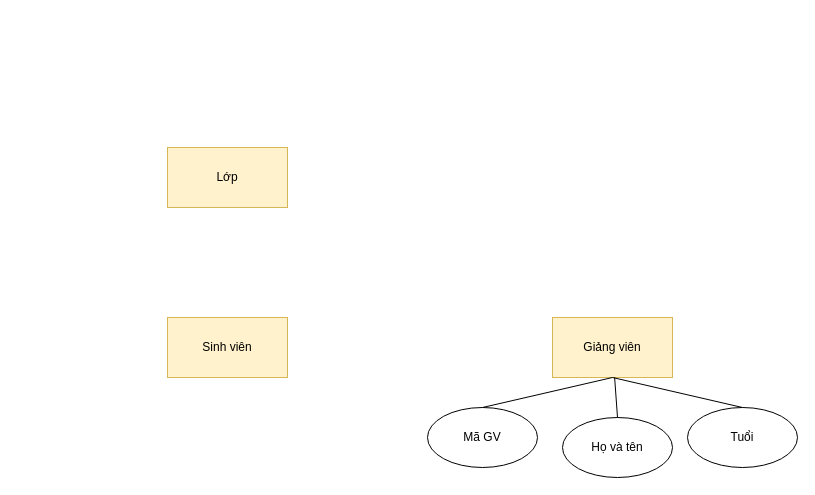
Before: Bài tập 1.drawio in haohuynh1101-hub/appShopping, a draw.io diagram. Source tidied: cells renumbered, new cells numbered last; positions are measured from the earlier drawing's top-left corner, leaving out a move shared by most shapes. Both pictures are drawn from the tidied source at 100%, with x=0, y=0 at pixel (167, 147).
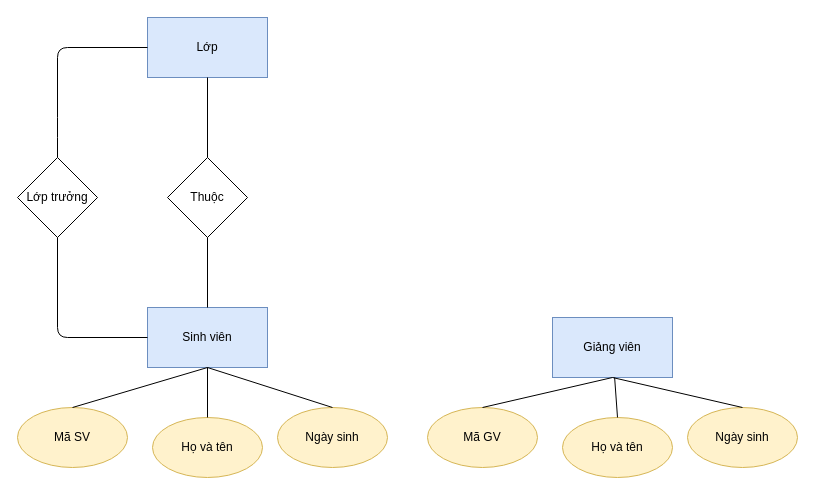
The same diagram, later.

What changed in the source:
```diff
@@
-    <mxCell id="2" value="Sinh viên" style="rounded=0;whiteSpace=wrap;html=1;fillColor=#fff2cc;strokeColor=#d6b656;" parent="1" vertex="1">
-      <mxGeometry y="170" width="120" height="60" as="geometry" />
+    <mxCell id="2" value="Sinh viên" style="rounded=0;whiteSpace=wrap;html=1;fillColor=#dae8fc;strokeColor=#6c8ebf;" parent="1" vertex="1">
+      <mxGeometry x="-20" y="160" width="120" height="60" as="geometry" />
     </mxCell>
-    <mxCell id="3" value="Giảng viên" style="rounded=0;whiteSpace=wrap;html=1;fillColor=#fff2cc;strokeColor=#d6b656;" parent="1" vertex="1">
+    <mxCell id="3" value="Giảng viên" style="rounded=0;whiteSpace=wrap;html=1;fillColor=#dae8fc;strokeColor=#6c8ebf;" parent="1" vertex="1">
       <mxGeometry x="385" y="170" width="120" height="60" as="geometry" />
     </mxCell>
-    <mxCell id="4" value="Mã GV" style="ellipse;whiteSpace=wrap;html=1;" parent="1" vertex="1">
+    <mxCell id="4" value="Mã GV" style="ellipse;whiteSpace=wrap;html=1;fillColor=#fff2cc;strokeColor=#d6b656;" parent="1" vertex="1">
       <mxGeometry x="260" y="260" width="110" height="60" as="geometry" />
     </mxCell>
-    <mxCell id="5" value="Họ và tên" style="ellipse;whiteSpace=wrap;html=1;" parent="1" vertex="1">
+    <mxCell id="5" value="Họ và tên" style="ellipse;whiteSpace=wrap;html=1;fillColor=#fff2cc;strokeColor=#d6b656;" parent="1" vertex="1">
       <mxGeometry x="395" y="270" width="110" height="60" as="geometry" />
     </mxCell>
-    <mxCell id="6" value="Tuổi" style="ellipse;whiteSpace=wrap;html=1;" parent="1" vertex="1">
+    <mxCell id="6" value="Ngày sinh" style="ellipse;whiteSpace=wrap;html=1;fillColor=#fff2cc;strokeColor=#d6b656;" parent="1" vertex="1">
       <mxGeometry x="520" y="260" width="110" height="60" as="geometry" />
     </mxCell>
@@
-    <mxCell id="10" value="Lớp" style="rounded=0;whiteSpace=wrap;html=1;fillColor=#fff2cc;strokeColor=#d6b656;" parent="1" vertex="1">
-      <mxGeometry width="120" height="60" as="geometry" />
+    <mxCell id="10" value="Lớp" style="rounded=0;whiteSpace=wrap;html=1;fillColor=#dae8fc;strokeColor=#6c8ebf;" parent="1" vertex="1">
+      <mxGeometry x="-20" y="-130" width="120" height="60" as="geometry" />
     </mxCell>
+    <mxCell id="11" style="edgeStyle=orthogonalEdgeStyle;rounded=0;jettySize=auto;html=1;entryX=0.5;entryY=1;entryDx=0;entryDy=0;strokeColor=none;" parent="1" edge="1" source="12" target="10">
+      <mxGeometry relative="1" as="geometry" />
+    </mxCell>
+    <mxCell id="12" value="Thuộc" style="rhombus;whiteSpace=wrap;html=1;" parent="1" vertex="1">
+      <mxGeometry y="10" width="80" height="80" as="geometry" />
+    </mxCell>
+    <mxCell id="13" style="endArrow=none;html=1;exitX=0.5;exitY=0;exitDx=0;exitDy=0;entryX=0.5;entryY=1;entryDx=0;entryDy=0;" parent="1" edge="1" source="2" target="12">
+      <mxGeometry relative="1" as="geometry" />
+    </mxCell>
+    <mxCell id="14" style="endArrow=none;html=1;exitX=0.5;exitY=0;exitDx=0;exitDy=0;" parent="1" edge="1" source="12" target="10">
+      <mxGeometry relative="1" as="geometry" />
+    </mxCell>
+    <mxCell id="15" value="Lớp trưởng" style="rhombus;whiteSpace=wrap;html=1;" parent="1" vertex="1">
+      <mxGeometry x="-150" y="10" width="80" height="80" as="geometry" />
+    </mxCell>
+    <mxCell id="16" style="endArrow=none;html=1;entryX=0;entryY=0.5;entryDx=0;entryDy=0;exitX=0.5;exitY=1;exitDx=0;exitDy=0;" parent="1" edge="1" source="15" target="2">
+      <mxGeometry relative="1" as="geometry">
+        <Array as="points">
+          <mxPoint x="-110" y="190" />
+        </Array>
+      </mxGeometry>
+    </mxCell>
+    <mxCell id="17" style="endArrow=none;html=1;entryX=0.5;entryY=0;entryDx=0;entryDy=0;exitX=0;exitY=0.5;exitDx=0;exitDy=0;" parent="1" edge="1" source="10" target="15">
+      <mxGeometry relative="1" as="geometry">
+        <Array as="points">
+          <mxPoint x="-110" y="-100" />
+          <mxPoint x="-110" y="-20" />
+        </Array>
+      </mxGeometry>
+    </mxCell>
+    <mxCell id="18" value="Mã SV" style="ellipse;whiteSpace=wrap;html=1;fillColor=#fff2cc;strokeColor=#d6b656;" parent="1" vertex="1">
+      <mxGeometry x="-150" y="260" width="110" height="60" as="geometry" />
+    </mxCell>
+    <mxCell id="19" value="Họ và tên" style="ellipse;whiteSpace=wrap;html=1;fillColor=#fff2cc;strokeColor=#d6b656;" parent="1" vertex="1">
+      <mxGeometry x="-15" y="270" width="110" height="60" as="geometry" />
+    </mxCell>
+    <mxCell id="20" value="Ngày sinh" style="ellipse;whiteSpace=wrap;html=1;fillColor=#fff2cc;strokeColor=#d6b656;" parent="1" vertex="1">
+      <mxGeometry x="110" y="260" width="110" height="60" as="geometry" />
+    </mxCell>
+    <mxCell id="21" style="endArrow=none;html=1;exitX=0.5;exitY=0;exitDx=0;exitDy=0;entryX=0.5;entryY=1;entryDx=0;entryDy=0;" parent="1" edge="1" source="19" target="2">
+      <mxGeometry relative="1" as="geometry" />
+    </mxCell>
+    <mxCell id="22" style="endArrow=none;html=1;exitX=0.5;exitY=0;exitDx=0;exitDy=0;entryX=0.5;entryY=1;entryDx=0;entryDy=0;" parent="1" edge="1" source="20" target="2">
+      <mxGeometry relative="1" as="geometry" />
+    </mxCell>
+    <mxCell id="23" style="endArrow=none;html=1;exitX=0.5;exitY=0;exitDx=0;exitDy=0;entryX=0.5;entryY=1;entryDx=0;entryDy=0;" parent="1" edge="1" source="18" target="2">
+      <mxGeometry relative="1" as="geometry" />
+    </mxCell>
```
